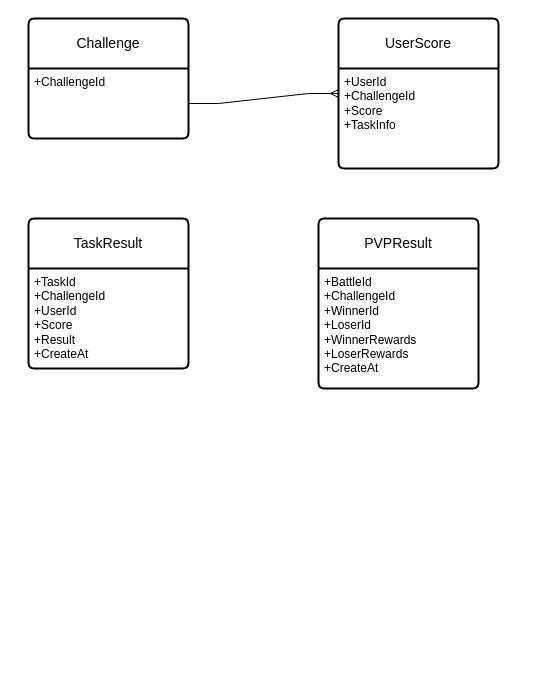
Before: page "ER Diagram" (1 of 4) of PVP OOTD.drawio in yaohuiwu/SimpleFS, a draw.io diagram. Source tidied: cells renumbered, new cells numbered last; positions are measured from the earlier drawing's top-left corner, leaving out a move shared by most shapes. Both pictures are drawn from the tidied source at 100%, with x=0, y=0 at pixel (28, 18).
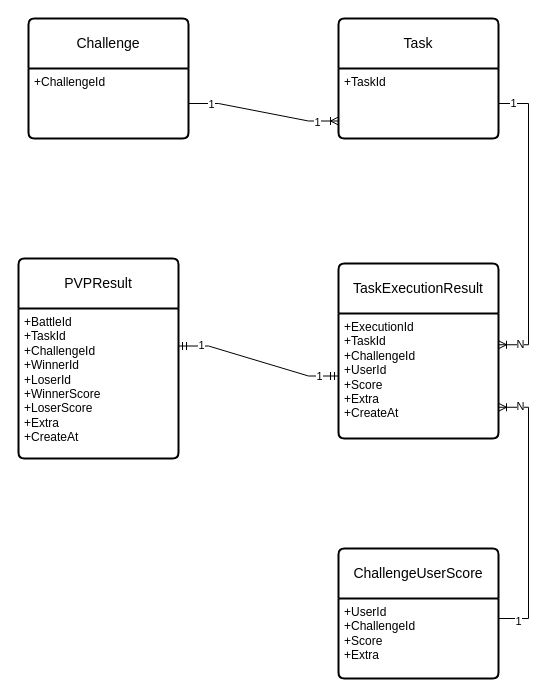
The same page after the edit.

The change refers to these unchanged cells:
```xml
<mxCell id="3" value="+ChallengeId" style="align=left;strokeColor=none;fillColor=none;spacingLeft=4;fontSize=12;verticalAlign=top;html=1;" parent="2" vertex="1">
  <mxGeometry y="50" width="160" height="70" as="geometry" />
</mxCell>
```

The edit, as a diff of the source:
```diff
@@
-    <mxCell id="4" value="UserScore" style="swimlane;horizontal=1;startSize=50;rounded=1;fontSize=14;fontStyle=0;strokeWidth=2;shadow=0;dashed=0;align=center;arcSize=4;whiteSpace=wrap;html=1;" parent="1" vertex="1">
-      <mxGeometry x="310" width="160" height="150" as="geometry" />
+    <mxCell id="4" value="ChallengeUserScore" style="swimlane;horizontal=1;startSize=50;rounded=1;fontSize=14;fontStyle=0;strokeWidth=2;shadow=0;dashed=0;align=center;arcSize=4;whiteSpace=wrap;html=1;" parent="1" vertex="1">
+      <mxGeometry x="310" y="530" width="160" height="130" as="geometry" />
     </mxCell>
-    <mxCell id="5" value="+UserId&lt;br&gt;+ChallengeId&lt;br&gt;+Score&lt;br&gt;+TaskInfo" style="align=left;strokeColor=none;fillColor=none;spacingLeft=4;fontSize=12;verticalAlign=top;html=1;" parent="4" vertex="1">
-      <mxGeometry y="50" width="160" height="100" as="geometry" />
+    <mxCell id="5" value="+UserId&lt;br&gt;+ChallengeId&lt;br&gt;+Score&lt;br&gt;+Extra" style="align=left;strokeColor=none;fillColor=none;spacingLeft=4;fontSize=12;verticalAlign=top;html=1;" parent="4" vertex="1">
+      <mxGeometry y="50" width="160" height="80" as="geometry" />
     </mxCell>
-    <mxCell id="6" style="edgeStyle=entityRelationEdgeStyle;fontSize=12;html=1;endArrow=ERmany;rounded=0;exitX=1;exitY=0.5;exitDx=0;exitDy=0;entryX=0;entryY=0.25;entryDx=0;entryDy=0;" parent="1" edge="1" source="3" target="5">
-      <mxGeometry relative="1" as="geometry" />
-    </mxCell>
-    <mxCell id="7" value="TaskResult" style="swimlane;horizontal=1;startSize=50;rounded=1;fontSize=14;fontStyle=0;strokeWidth=2;shadow=0;dashed=0;align=center;arcSize=4;whiteSpace=wrap;html=1;" parent="1" vertex="1">
-      <mxGeometry y="200" width="160" height="150" as="geometry" />
+    <mxCell id="7" value="TaskExecutionResult" style="swimlane;horizontal=1;startSize=50;rounded=1;fontSize=14;fontStyle=0;strokeWidth=2;shadow=0;dashed=0;align=center;arcSize=4;whiteSpace=wrap;html=1;" parent="1" vertex="1">
+      <mxGeometry x="310" y="245" width="160" height="175" as="geometry" />
     </mxCell>
-    <mxCell id="8" value="+TaskId&lt;br&gt;+ChallengeId&lt;br&gt;+UserId&lt;br&gt;+Score&lt;br&gt;+Result&lt;br&gt;+CreateAt" style="align=left;strokeColor=none;fillColor=none;spacingLeft=4;fontSize=12;verticalAlign=top;html=1;" parent="7" vertex="1">
-      <mxGeometry y="50" width="160" height="100" as="geometry" />
+    <mxCell id="8" value="+ExecutionId&lt;br&gt;+TaskId&lt;br&gt;+ChallengeId&lt;br&gt;+UserId&lt;br&gt;+Score&lt;br&gt;+Extra&lt;br&gt;+CreateAt" style="align=left;strokeColor=none;fillColor=none;spacingLeft=4;fontSize=12;verticalAlign=top;html=1;" parent="7" vertex="1">
+      <mxGeometry y="50" width="160" height="125" as="geometry" />
     </mxCell>
     <mxCell id="9" value="PVPResult" style="swimlane;horizontal=1;startSize=50;rounded=1;fontSize=14;fontStyle=0;strokeWidth=2;shadow=0;dashed=0;align=center;arcSize=4;whiteSpace=wrap;html=1;" parent="1" vertex="1">
-      <mxGeometry x="290" y="200" width="160" height="170" as="geometry" />
+      <mxGeometry x="-10" y="240" width="160" height="200" as="geometry" />
     </mxCell>
-    <mxCell id="10" value="+BattleId&lt;br&gt;+ChallengeId&lt;br&gt;+WinnerId&lt;br&gt;+LoserId&lt;br&gt;+WinnerRewards&lt;br&gt;+LoserRewards&lt;br&gt;+CreateAt" style="align=left;strokeColor=none;fillColor=none;spacingLeft=4;fontSize=12;verticalAlign=top;html=1;" parent="9" vertex="1">
-      <mxGeometry y="50" width="160" height="120" as="geometry" />
+    <mxCell id="10" value="+BattleId&lt;br&gt;+TaskId&lt;br&gt;+ChallengeId&lt;br&gt;+WinnerId&lt;br&gt;+LoserId&lt;br&gt;+WinnerScore&lt;br&gt;+LoserScore&lt;br&gt;+Extra&lt;br&gt;+CreateAt" style="align=left;strokeColor=none;fillColor=none;spacingLeft=4;fontSize=12;verticalAlign=top;html=1;" parent="9" vertex="1">
+      <mxGeometry y="50" width="160" height="150" as="geometry" />
     </mxCell>
+    <mxCell id="11" value="Task" style="swimlane;horizontal=1;startSize=50;rounded=1;fontSize=14;fontStyle=0;strokeWidth=2;shadow=0;dashed=0;align=center;arcSize=4;whiteSpace=wrap;html=1;" parent="1" vertex="1">
+      <mxGeometry x="310" width="160" height="120" as="geometry" />
+    </mxCell>
+    <mxCell id="12" value="+TaskId" style="align=left;strokeColor=none;fillColor=none;spacingLeft=4;fontSize=12;verticalAlign=top;html=1;" parent="11" vertex="1">
+      <mxGeometry y="50" width="160" height="70" as="geometry" />
+    </mxCell>
+    <mxCell id="13" style="edgeStyle=entityRelationEdgeStyle;fontSize=12;html=1;endArrow=ERoneToMany;rounded=0;exitX=1;exitY=0.5;exitDx=0;exitDy=0;entryX=1;entryY=0.25;entryDx=0;entryDy=0;" parent="1" edge="1" source="12" target="8">
+      <mxGeometry relative="1" as="geometry">
+        <Array as="points">
+          <mxPoint x="510" y="230" />
+        </Array>
+      </mxGeometry>
+    </mxCell>
+    <mxCell id="14" value="1" style="edgeLabel;html=1;align=center;verticalAlign=middle;" parent="13" vertex="1">
+      <mxGeometry x="-0.91" y="1" relative="1" as="geometry" />
+    </mxCell>
+    <mxCell id="15" value="N" style="edgeLabel;html=1;align=center;verticalAlign=middle;" parent="13" vertex="1">
+      <mxGeometry x="0.86" y="-1" relative="1" as="geometry" />
+    </mxCell>
+    <mxCell id="16" style="edgeStyle=entityRelationEdgeStyle;fontSize=12;html=1;endArrow=ERoneToMany;rounded=0;exitX=1;exitY=0.5;exitDx=0;exitDy=0;entryX=0;entryY=0.75;entryDx=0;entryDy=0;" parent="1" edge="1" source="3" target="12">
+      <mxGeometry relative="1" as="geometry" />
+    </mxCell>
+    <mxCell id="17" value="1" style="edgeLabel;html=1;align=center;verticalAlign=middle;" parent="16" vertex="1">
+      <mxGeometry x="-0.71" relative="1" as="geometry" />
+    </mxCell>
+    <mxCell id="18" value="1" style="edgeLabel;html=1;align=center;verticalAlign=middle;" parent="16" vertex="1">
+      <mxGeometry x="0.72" relative="1" as="geometry">
+        <mxPoint y="1" as="offset" />
+      </mxGeometry>
+    </mxCell>
+    <mxCell id="19" style="edgeStyle=entityRelationEdgeStyle;fontSize=12;html=1;endArrow=ERmandOne;startArrow=ERmandOne;rounded=0;entryX=0;entryY=0.5;entryDx=0;entryDy=0;exitX=1;exitY=0.25;exitDx=0;exitDy=0;" parent="1" edge="1" source="10" target="8">
+      <mxGeometry relative="1" as="geometry" />
+    </mxCell>
+    <mxCell id="20" value="1" style="edgeLabel;html=1;align=center;verticalAlign=middle;" parent="19" vertex="1">
+      <mxGeometry x="-0.73" y="2" relative="1" as="geometry">
+        <mxPoint y="1" as="offset" />
+      </mxGeometry>
+    </mxCell>
+    <mxCell id="21" value="1" style="edgeLabel;html=1;align=center;verticalAlign=middle;" parent="19" vertex="1">
+      <mxGeometry x="0.77" y="1" relative="1" as="geometry">
+        <mxPoint y="1" as="offset" />
+      </mxGeometry>
+    </mxCell>
+    <mxCell id="22" style="edgeStyle=entityRelationEdgeStyle;fontSize=12;html=1;endArrow=ERoneToMany;rounded=0;entryX=1;entryY=0.75;entryDx=0;entryDy=0;exitX=1;exitY=0.25;exitDx=0;exitDy=0;" parent="1" edge="1" source="5" target="8">
+      <mxGeometry relative="1" as="geometry" />
+    </mxCell>
+    <mxCell id="23" value="1" style="edgeLabel;html=1;align=center;verticalAlign=middle;" parent="22" vertex="1">
+      <mxGeometry x="-0.86" y="-2" relative="1" as="geometry" />
+    </mxCell>
+    <mxCell id="24" value="N" style="edgeLabel;html=1;align=center;verticalAlign=middle;" parent="22" vertex="1">
+      <mxGeometry x="0.84" y="-1" relative="1" as="geometry" />
+    </mxCell>
```
